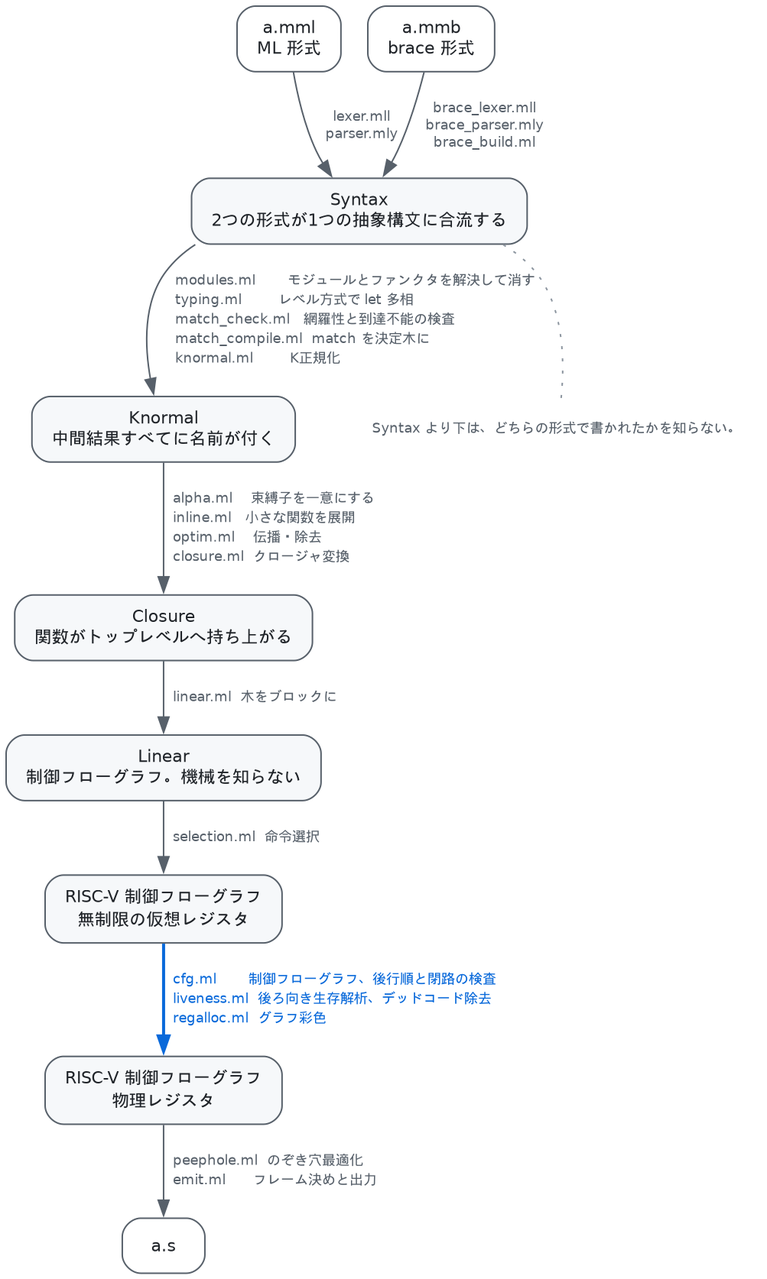
This is MartenML/doc/figures/pipeline.png from aita/CompLab, a Graphviz export, as it was before one commit. Its source is kept beside it as MartenML/doc/figures/pipeline.dot.
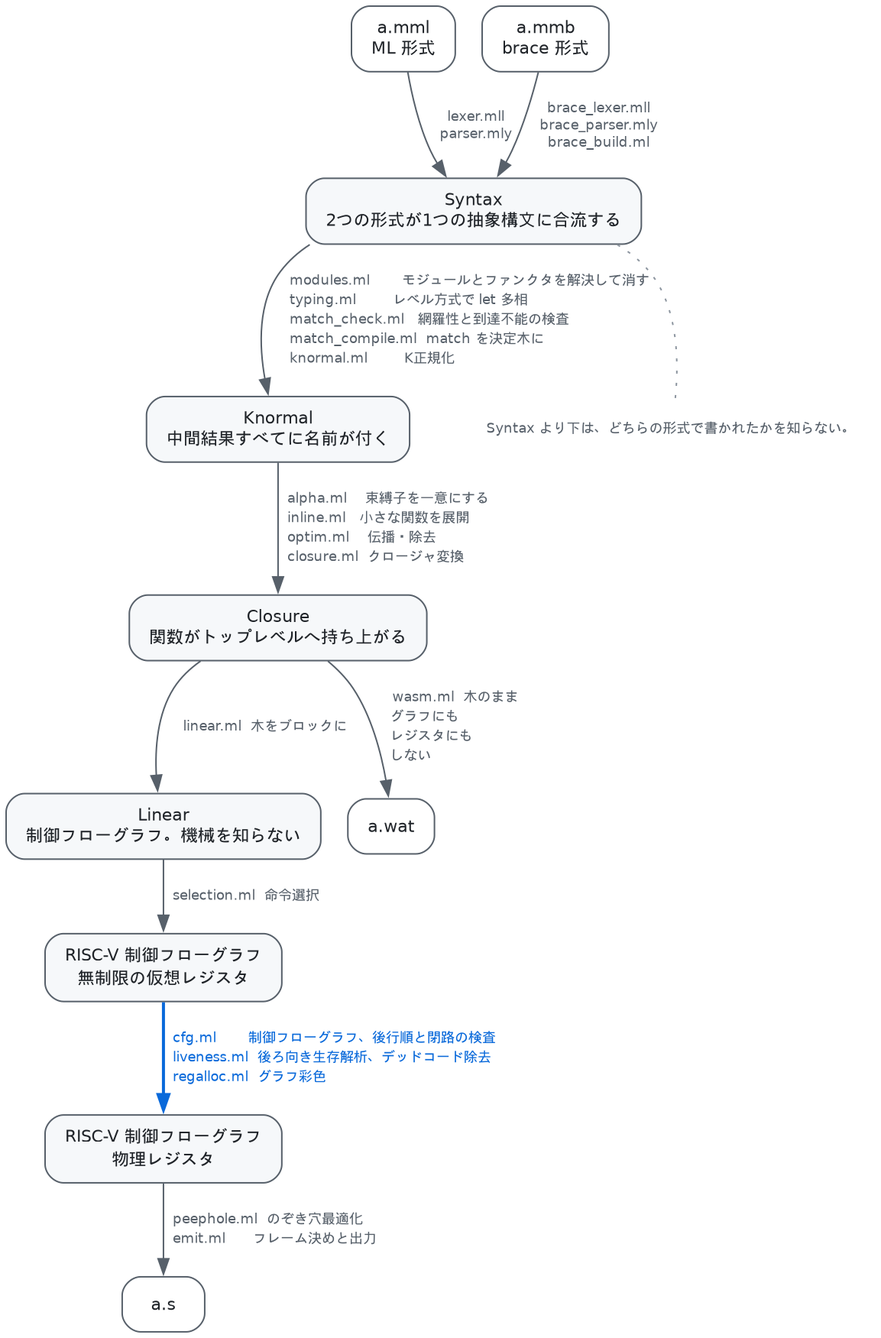
The same file after the commit.

Diff of the diagram source:
```diff
@@ -18,6 +18,7 @@
   virtual [label = "RISC-V 制御フローグラフ\n無制限の仮想レジスタ"];
   machine [label = "RISC-V 制御フローグラフ\n物理レジスタ"];
   asm     [label = "a.s", fillcolor = "#ffffff"];
+  wat     [label = "a.wat", fillcolor = "#ffffff"];
 
   ml    -> syntax [label = "  lexer.mll\n  parser.mly"];
   brace -> syntax [label = "  brace_lexer.mll\n  brace_parser.mly\n  brace_build.ml"];
@@ -35,6 +36,8 @@
 
   closure -> graph_ir [label = "  linear.ml  木をブロックに"];
 
+  closure -> wat [label = "  wasm.ml  木のまま\l  グラフにも\l  レジスタにも\l  しない\l"];
+
   graph_ir -> virtual [label = "  selection.ml  命令選択"];
 
   virtual -> machine [label = "  cfg.ml       制御フローグラフ、後行順と閉路の検査\l  \
```
